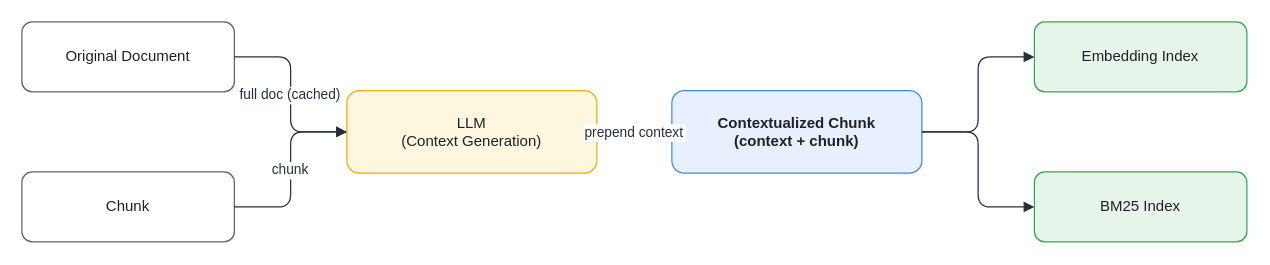
KKamJi98/kkamji98.github.io keeps this draw.io diagram as assets/img/ai/rag-02-contextual-retrieval.drawio. Above is the earlier version. Source tidied: cells renumbered, new cells numbered last; positions are measured from the earlier drawing's top-left corner, leaving out a move shared by most shapes. Both pictures are drawn from the tidied source at 125%, with x=0, y=0 at pixel (21, 21).
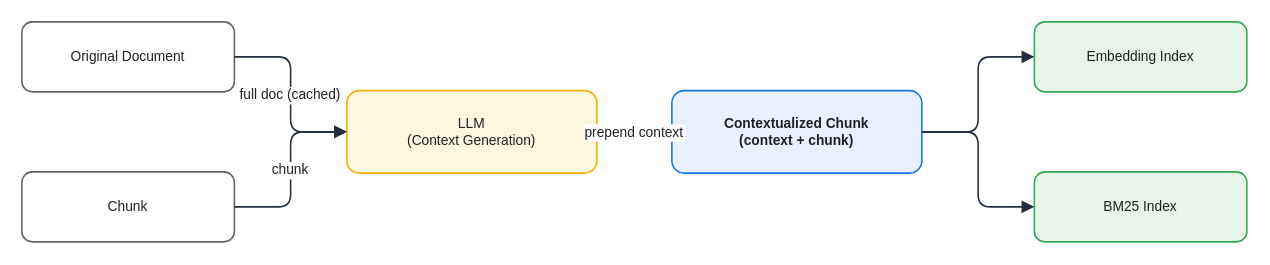
After the change.

What changed in the source:
```diff
@@
-<mxGraphModel>
+<mxGraphModel background="#FFFFFF">
   <root>
     <mxCell id="0" />
     <mxCell id="1" parent="0" />
-    <mxCell id="2" value="Original Document" style="rounded=1;whiteSpace=wrap;html=0;fillColor=#FFFFFF;strokeColor=#5F6368;shadow=0;fontSize=12;fontColor=#202124;" parent="1" vertex="1">
+    <mxCell id="2" value="Original Document" style="rounded=1;whiteSpace=wrap;html=0;fillColor=#FFFFFF;strokeColor=#5F6368;shadow=0;fontSize=11;fontColor=#202124;strokeWidth=1.25;" parent="1" vertex="1">
       <mxGeometry width="170" height="56" as="geometry" />
     </mxCell>
-    <mxCell id="3" value="Chunk" style="rounded=1;whiteSpace=wrap;html=0;fillColor=#FFFFFF;strokeColor=#5F6368;shadow=0;fontSize=12;fontColor=#202124;" parent="1" vertex="1">
+    <mxCell id="3" value="Chunk" style="rounded=1;whiteSpace=wrap;html=0;fillColor=#FFFFFF;strokeColor=#5F6368;shadow=0;fontSize=11;fontColor=#202124;strokeWidth=1.25;" parent="1" vertex="1">
       <mxGeometry y="120" width="170" height="56" as="geometry" />
     </mxCell>
-    <mxCell id="4" value="LLM&#10;(Context Generation)" style="rounded=1;whiteSpace=wrap;html=0;fillColor=#FEF7E0;strokeColor=#F9AB00;shadow=0;fontSize=12;fontColor=#202124;" parent="1" vertex="1">
+    <mxCell id="4" value="LLM&#10;(Context Generation)" style="rounded=1;whiteSpace=wrap;html=0;fillColor=#FEF7E0;strokeColor=#F9AB00;shadow=0;fontSize=11;fontColor=#202124;strokeWidth=1.25;" parent="1" vertex="1">
       <mxGeometry x="260" y="55" width="200" height="66" as="geometry" />
     </mxCell>
-    <mxCell id="5" value="Contextualized Chunk&#10;(context + chunk)" style="rounded=1;whiteSpace=wrap;html=0;fillColor=#E8F0FE;strokeColor=#4285F4;shadow=0;fontSize=12;fontColor=#202124;fontStyle=1;" parent="1" vertex="1">
+    <mxCell id="5" value="Contextualized Chunk&#10;(context + chunk)" style="rounded=1;whiteSpace=wrap;html=0;fillColor=#E8F0FE;strokeColor=#1A73E8;shadow=0;fontSize=11;fontColor=#202124;fontStyle=1;strokeWidth=1.25;" parent="1" vertex="1">
       <mxGeometry x="520" y="55" width="200" height="66" as="geometry" />
     </mxCell>
-    <mxCell id="6" value="Embedding Index" style="rounded=1;whiteSpace=wrap;html=0;fillColor=#E6F4EA;strokeColor=#34A853;shadow=0;fontSize=12;fontColor=#202124;" parent="1" vertex="1">
+    <mxCell id="6" value="Embedding Index" style="rounded=1;whiteSpace=wrap;html=0;fillColor=#E6F4EA;strokeColor=#34A853;shadow=0;fontSize=11;fontColor=#202124;strokeWidth=1.25;" parent="1" vertex="1">
       <mxGeometry x="810" width="170" height="56" as="geometry" />
     </mxCell>
-    <mxCell id="7" value="BM25 Index" style="rounded=1;whiteSpace=wrap;html=0;fillColor=#E6F4EA;strokeColor=#34A853;shadow=0;fontSize=12;fontColor=#202124;" parent="1" vertex="1">
+    <mxCell id="7" value="BM25 Index" style="rounded=1;whiteSpace=wrap;html=0;fillColor=#E6F4EA;strokeColor=#34A853;shadow=0;fontSize=11;fontColor=#202124;strokeWidth=1.25;" parent="1" vertex="1">
       <mxGeometry x="810" y="120" width="170" height="56" as="geometry" />
     </mxCell>
-    <mxCell id="8" value="full doc (cached)" style="edgeStyle=orthogonalEdgeStyle;rounded=1;html=0;endArrow=block;strokeColor=#232F3E;fontColor=#232F3E;fontSize=11;labelBackgroundColor=#FFFFFF;" parent="1" edge="1" source="2" target="4">
+    <mxCell id="8" value="full doc (cached)" style="edgeStyle=orthogonalEdgeStyle;rounded=1;html=0;endArrow=block;strokeColor=#232F3E;fontColor=#202124;fontSize=11;labelBackgroundColor=#FFFFFF;strokeWidth=1.25;endSize=7;" parent="1" edge="1" source="2" target="4">
       <mxGeometry relative="1" as="geometry" />
     </mxCell>
-    <mxCell id="9" value="chunk" style="edgeStyle=orthogonalEdgeStyle;rounded=1;html=0;endArrow=block;strokeColor=#232F3E;fontColor=#232F3E;fontSize=11;labelBackgroundColor=#FFFFFF;" parent="1" edge="1" source="3" target="4">
+    <mxCell id="9" value="chunk" style="edgeStyle=orthogonalEdgeStyle;rounded=1;html=0;endArrow=block;strokeColor=#232F3E;fontColor=#202124;fontSize=11;labelBackgroundColor=#FFFFFF;strokeWidth=1.25;endSize=7;" parent="1" edge="1" source="3" target="4">
       <mxGeometry relative="1" as="geometry" />
     </mxCell>
-    <mxCell id="10" value="prepend context" style="edgeStyle=orthogonalEdgeStyle;rounded=1;html=0;endArrow=block;strokeColor=#232F3E;fontColor=#232F3E;fontSize=11;labelBackgroundColor=#FFFFFF;" parent="1" edge="1" source="4" target="5">
+    <mxCell id="10" value="prepend context" style="edgeStyle=orthogonalEdgeStyle;rounded=1;html=0;endArrow=block;strokeColor=#232F3E;fontColor=#202124;fontSize=11;labelBackgroundColor=#FFFFFF;strokeWidth=1.25;endSize=7;" parent="1" edge="1" source="4" target="5">
       <mxGeometry relative="1" as="geometry" />
     </mxCell>
-    <mxCell id="11" style="edgeStyle=orthogonalEdgeStyle;rounded=1;html=0;endArrow=block;strokeColor=#232F3E;fontColor=#232F3E;" parent="1" edge="1" source="5" target="6">
+    <mxCell id="11" style="edgeStyle=orthogonalEdgeStyle;rounded=1;html=0;endArrow=block;strokeColor=#232F3E;fontColor=#202124;strokeWidth=1.25;endSize=7;" parent="1" edge="1" source="5" target="6">
       <mxGeometry relative="1" as="geometry" />
     </mxCell>
-    <mxCell id="12" style="edgeStyle=orthogonalEdgeStyle;rounded=1;html=0;endArrow=block;strokeColor=#232F3E;fontColor=#232F3E;" parent="1" edge="1" source="5" target="7">
+    <mxCell id="12" style="edgeStyle=orthogonalEdgeStyle;rounded=1;html=0;endArrow=block;strokeColor=#232F3E;fontColor=#202124;strokeWidth=1.25;endSize=7;" parent="1" edge="1" source="5" target="7">
       <mxGeometry relative="1" as="geometry" />
     </mxCell>
   </root>
 </mxGraphModel>
```
